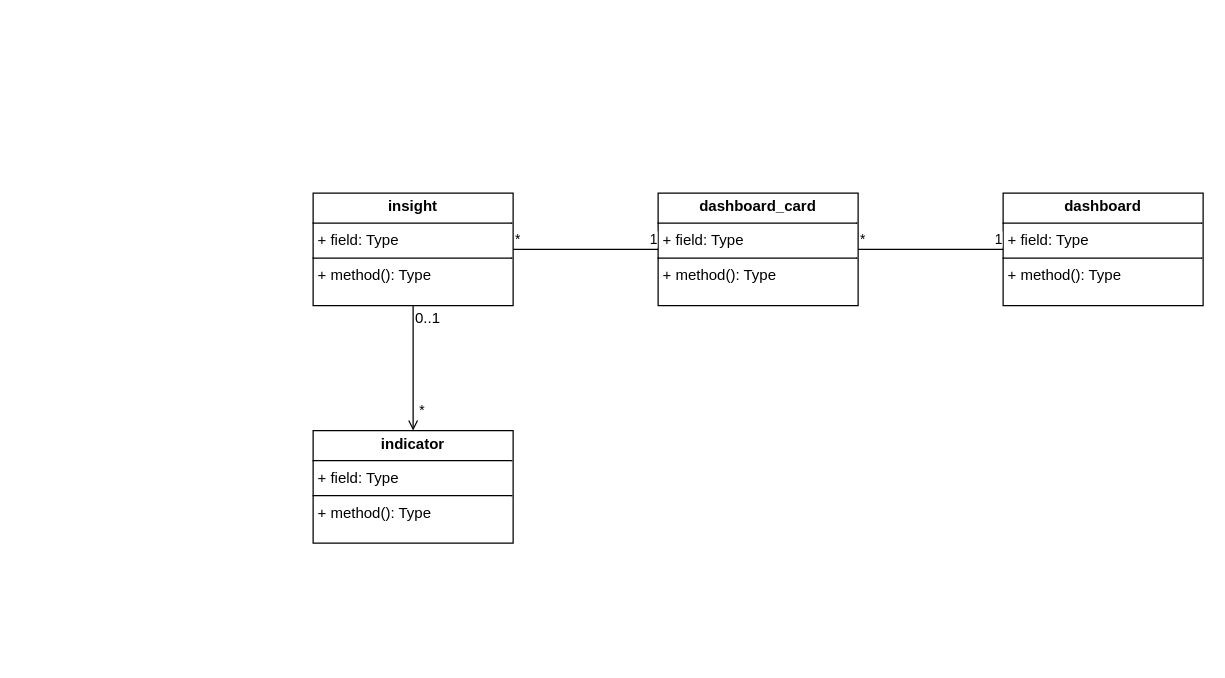
Above: 效能度量类图.drawio in qf2020/drawio (draw.io), before the change. Source tidied: cells renumbered, new cells numbered last; positions are measured from the earlier drawing's top-left corner, leaving out a move shared by most shapes. Both pictures are drawn from the tidied source at 125%, with x=0, y=0 at pixel (312, 192).
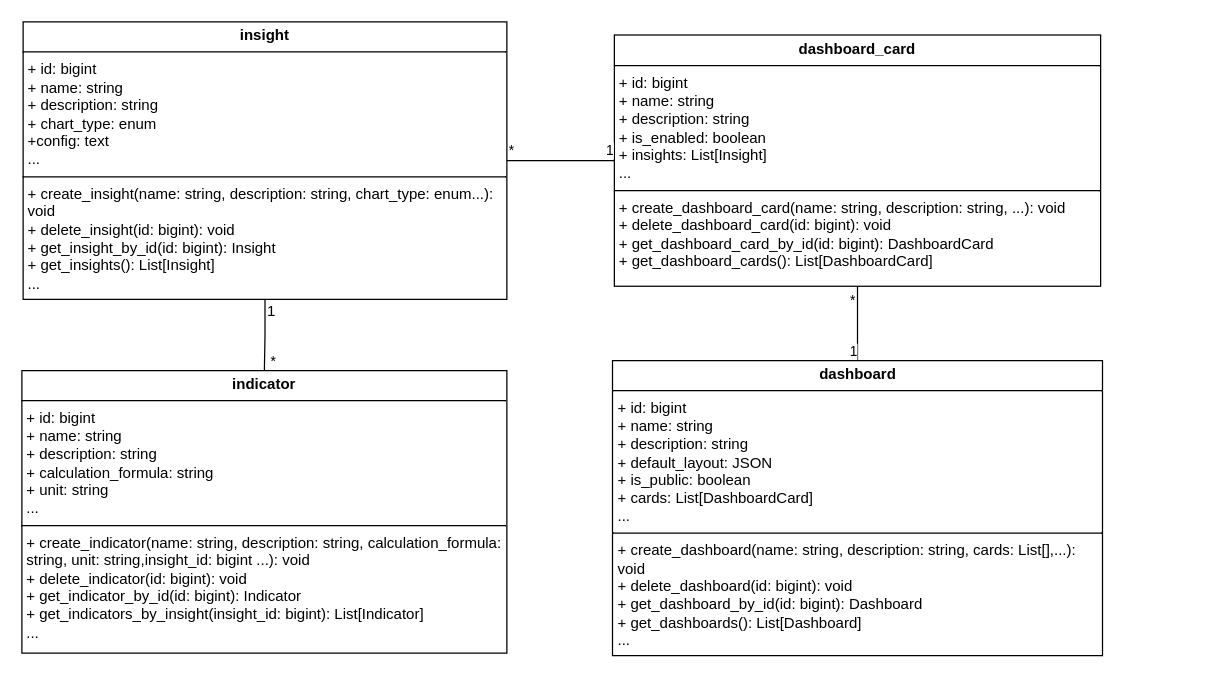
The same page after the edit.

Commit message:
更新效能度量类图.drawio

Change to the diagram source:
```diff
@@
 <mxGraphModel>
   <root>
     <mxCell id="0" />
     <mxCell id="1" parent="0" />
-    <mxCell id="2" value="&lt;p style=&quot;margin:0px;margin-top:4px;text-align:center;&quot;&gt;&lt;b&gt;indicator&lt;/b&gt;&lt;/p&gt;&lt;hr size=&quot;1&quot; style=&quot;border-style:solid;&quot;&gt;&lt;p style=&quot;margin:0px;margin-left:4px;&quot;&gt;+ field: Type&lt;/p&gt;&lt;hr size=&quot;1&quot; style=&quot;border-style:solid;&quot;&gt;&lt;p style=&quot;margin:0px;margin-left:4px;&quot;&gt;+ method(): Type&lt;/p&gt;" style="verticalAlign=top;align=left;overflow=fill;html=1;whiteSpace=wrap;" parent="1" vertex="1">
-      <mxGeometry y="190" width="160" height="90" as="geometry" />
+    <mxCell id="2" value="&lt;p style=&quot;margin:0px;margin-top:4px;text-align:center;&quot;&gt;&lt;b&gt;indicator&lt;/b&gt;&lt;/p&gt;&lt;hr size=&quot;1&quot; style=&quot;border-style:solid;&quot;&gt;&lt;p style=&quot;margin:0px;margin-left:4px;&quot;&gt;&lt;span style=&quot;background-color: transparent; color: light-dark(rgb(0, 0, 0), rgb(255, 255, 255));&quot;&gt;+ id: bigint&lt;/span&gt;&lt;/p&gt;&lt;p style=&quot;margin:0px;margin-left:4px;&quot;&gt;+ name: string&lt;/p&gt;&lt;p style=&quot;margin:0px;margin-left:4px;&quot;&gt;+ description: string&lt;/p&gt;&lt;p style=&quot;margin:0px;margin-left:4px;&quot;&gt;+ calculation_formula: string&lt;/p&gt;&lt;p style=&quot;margin:0px;margin-left:4px;&quot;&gt;+ unit: string&lt;br&gt;&lt;/p&gt;&lt;p style=&quot;margin:0px;margin-left:4px;&quot;&gt;...&lt;/p&gt;&lt;hr size=&quot;1&quot; style=&quot;border-style:solid;&quot;&gt;&lt;p style=&quot;margin:0px;margin-left:4px;&quot;&gt;&lt;span style=&quot;background-color: transparent; color: light-dark(rgb(0, 0, 0), rgb(255, 255, 255));&quot;&gt;+ create_indicator(name: string, description: string, calculation_formula: string, unit: string,insight_id: bigint ...): void&lt;/span&gt;&lt;/p&gt;&lt;p style=&quot;margin:0px;margin-left:4px;&quot;&gt;&lt;span style=&quot;background-color: transparent; color: light-dark(rgb(0, 0, 0), rgb(255, 255, 255));&quot;&gt;+ delete_indicator(id: bigint): void&lt;/span&gt;&lt;/p&gt;&lt;p style=&quot;margin:0px;margin-left:4px;&quot;&gt;+ get_indicator_by_id(id: bigint): Indicator&lt;/p&gt;&lt;p style=&quot;margin:0px;margin-left:4px;&quot;&gt;+ get_indicators_by_insight(insight_id: bigint): List[Indicator]&lt;/p&gt;&lt;p style=&quot;margin:0px;margin-left:4px;&quot;&gt;...&lt;/p&gt;" style="verticalAlign=top;align=left;overflow=fill;html=1;whiteSpace=wrap;" parent="1" vertex="1">
+      <mxGeometry x="-233" y="142" width="388" height="226" as="geometry" />
     </mxCell>
-    <mxCell id="3" value="&lt;p style=&quot;margin:0px;margin-top:4px;text-align:center;&quot;&gt;&lt;b&gt;insight&lt;/b&gt;&lt;/p&gt;&lt;hr size=&quot;1&quot; style=&quot;border-style:solid;&quot;&gt;&lt;p style=&quot;margin:0px;margin-left:4px;&quot;&gt;+ field: Type&lt;/p&gt;&lt;hr size=&quot;1&quot; style=&quot;border-style:solid;&quot;&gt;&lt;p style=&quot;margin:0px;margin-left:4px;&quot;&gt;+ method(): Type&lt;/p&gt;" style="verticalAlign=top;align=left;overflow=fill;html=1;whiteSpace=wrap;" parent="1" vertex="1">
-      <mxGeometry width="160" height="90" as="geometry" />
+    <mxCell id="3" value="&lt;p style=&quot;margin:0px;margin-top:4px;text-align:center;&quot;&gt;&lt;b&gt;insight&lt;/b&gt;&lt;/p&gt;&lt;hr size=&quot;1&quot; style=&quot;border-style:solid;&quot;&gt;&lt;p style=&quot;margin:0px;margin-left:4px;&quot;&gt;&lt;span style=&quot;background-color: transparent; color: light-dark(rgb(0, 0, 0), rgb(255, 255, 255));&quot;&gt;+ id: bigint&lt;/span&gt;&lt;/p&gt;&lt;p style=&quot;margin:0px;margin-left:4px;&quot;&gt;+ name: string&lt;/p&gt;&lt;p style=&quot;margin:0px;margin-left:4px;&quot;&gt;+ description: string&lt;/p&gt;&lt;p style=&quot;margin:0px;margin-left:4px;&quot;&gt;+ chart_type: enum&amp;nbsp;&lt;/p&gt;&lt;p style=&quot;margin:0px;margin-left:4px;&quot;&gt;+config: text&lt;/p&gt;&lt;p style=&quot;margin:0px;margin-left:4px;&quot;&gt;...&lt;/p&gt;&lt;hr size=&quot;1&quot; style=&quot;border-style:solid;&quot;&gt;&lt;p style=&quot;margin:0px;margin-left:4px;&quot;&gt;&lt;span style=&quot;background-color: transparent; color: light-dark(rgb(0, 0, 0), rgb(255, 255, 255));&quot;&gt;+ create_insight(name: string, description: string, chart_type: enum...): void&lt;/span&gt;&lt;/p&gt;&lt;p style=&quot;margin:0px;margin-left:4px;&quot;&gt;&lt;span style=&quot;background-color: transparent; color: light-dark(rgb(0, 0, 0), rgb(255, 255, 255));&quot;&gt;+ delete_insight(id: bigint): void&lt;/span&gt;&lt;/p&gt;&lt;p style=&quot;margin:0px;margin-left:4px;&quot;&gt;+ get_insight_by_id(id: bigint): Insight&lt;/p&gt;&lt;p style=&quot;margin:0px;margin-left:4px;&quot;&gt;+ get_insights(): List[Insight]&lt;/p&gt;&lt;p style=&quot;margin:0px;margin-left:4px;&quot;&gt;...&lt;/p&gt;" style="verticalAlign=top;align=left;overflow=fill;html=1;whiteSpace=wrap;" parent="1" vertex="1">
+      <mxGeometry x="-232" y="-137" width="387" height="222" as="geometry" />
     </mxCell>
-    <mxCell id="4" value="&lt;p style=&quot;margin:0px;margin-top:4px;text-align:center;&quot;&gt;&lt;b&gt;dashboard&lt;/b&gt;&lt;/p&gt;&lt;hr size=&quot;1&quot; style=&quot;border-style:solid;&quot;&gt;&lt;p style=&quot;margin:0px;margin-left:4px;&quot;&gt;+ field: Type&lt;/p&gt;&lt;hr size=&quot;1&quot; style=&quot;border-style:solid;&quot;&gt;&lt;p style=&quot;margin:0px;margin-left:4px;&quot;&gt;+ method(): Type&lt;/p&gt;" style="verticalAlign=top;align=left;overflow=fill;html=1;whiteSpace=wrap;" parent="1" vertex="1">
-      <mxGeometry x="552" width="160" height="90" as="geometry" />
+    <mxCell id="4" value="&lt;p style=&quot;margin:0px;margin-top:4px;text-align:center;&quot;&gt;&lt;b&gt;dashboard&lt;/b&gt;&lt;/p&gt;&lt;hr size=&quot;1&quot; style=&quot;border-style:solid;&quot;&gt;&lt;p style=&quot;margin:0px;margin-left:4px;&quot;&gt;&lt;span style=&quot;background-color: transparent; color: light-dark(rgb(0, 0, 0), rgb(255, 255, 255));&quot;&gt;+ id: bigint&lt;/span&gt;&lt;/p&gt;&lt;p style=&quot;margin:0px;margin-left:4px;&quot;&gt;+ name: string&lt;/p&gt;&lt;p style=&quot;margin:0px;margin-left:4px;&quot;&gt;+ description: string&lt;/p&gt;&lt;p style=&quot;margin:0px;margin-left:4px;&quot;&gt;+ default_layout: JSON&lt;/p&gt;&lt;p style=&quot;margin:0px;margin-left:4px;&quot;&gt;+ is_public: boolean&lt;/p&gt;&lt;p style=&quot;margin:0px;margin-left:4px;&quot;&gt;+ cards: List[DashboardCard]&lt;/p&gt;&lt;p style=&quot;margin:0px;margin-left:4px;&quot;&gt;...&lt;/p&gt;&lt;hr size=&quot;1&quot; style=&quot;border-style:solid;&quot;&gt;&lt;p style=&quot;margin:0px;margin-left:4px;&quot;&gt;&lt;span style=&quot;background-color: transparent; color: light-dark(rgb(0, 0, 0), rgb(255, 255, 255));&quot;&gt;+ create_dashboard(name: string, description: string, cards: List[],...): void&lt;/span&gt;&lt;/p&gt;&lt;p style=&quot;margin:0px;margin-left:4px;&quot;&gt;&lt;span style=&quot;background-color: transparent; color: light-dark(rgb(0, 0, 0), rgb(255, 255, 255));&quot;&gt;+ delete_dashboard(id: bigint): void&lt;/span&gt;&lt;/p&gt;&lt;p style=&quot;margin:0px;margin-left:4px;&quot;&gt;+ get_dashboard_by_id(id: bigint): Dashboard&lt;/p&gt;&lt;p style=&quot;margin:0px;margin-left:4px;&quot;&gt;+ get_dashboards(): List[Dashboard]&lt;/p&gt;&lt;p style=&quot;margin:0px;margin-left:4px;&quot;&gt;...&lt;/p&gt;" style="verticalAlign=top;align=left;overflow=fill;html=1;whiteSpace=wrap;" parent="1" vertex="1">
+      <mxGeometry x="239.5" y="134" width="392" height="236" as="geometry" />
     </mxCell>
-    <mxCell id="5" style="endArrow=open;shadow=0;strokeWidth=1;rounded=0;curved=0;endFill=1;edgeStyle=elbowEdgeStyle;elbow=vertical;entryX=0.5;entryY=0;entryDx=0;entryDy=0;exitX=0.5;exitY=1;exitDx=0;exitDy=0;" parent="1" edge="1" source="3" target="2">
+    <mxCell id="5" style="endArrow=none;shadow=0;strokeWidth=1;rounded=0;curved=0;endFill=1;edgeStyle=elbowEdgeStyle;elbow=vertical;entryX=0.5;entryY=0;entryDx=0;entryDy=0;exitX=0.5;exitY=1;exitDx=0;exitDy=0;startFill=0;" parent="1" edge="1" source="3" target="2">
       <mxGeometry x="0.5" y="41" relative="1" as="geometry">
         <mxPoint x="-40" y="32" as="offset" />
       </mxGeometry>
     </mxCell>
-    <mxCell id="6" value="0..1" style="align=left;verticalAlign=bottom;labelBackgroundColor=none;fontSize=12;" parent="5" vertex="1">
+    <mxCell id="6" value="1" style="align=left;verticalAlign=bottom;labelBackgroundColor=none;fontSize=12;" parent="5" vertex="1">
       <mxGeometry x="-1" relative="1" as="geometry">
         <mxPoint y="18" as="offset" />
       </mxGeometry>
     </mxCell>
     <mxCell id="7" value="*" style="edgeLabel;html=1;align=center;verticalAlign=middle;" parent="5" vertex="1">
       <mxGeometry x="0.57" y="-3" relative="1" as="geometry">
         <mxPoint x="9" y="5" as="offset" />
       </mxGeometry>
     </mxCell>
-    <mxCell id="8" value="&lt;p style=&quot;margin:0px;margin-top:4px;text-align:center;&quot;&gt;&lt;b&gt;dashboard_card&lt;/b&gt;&lt;/p&gt;&lt;hr size=&quot;1&quot; style=&quot;border-style:solid;&quot;&gt;&lt;p style=&quot;margin:0px;margin-left:4px;&quot;&gt;+ field: Type&lt;/p&gt;&lt;hr size=&quot;1&quot; style=&quot;border-style:solid;&quot;&gt;&lt;p style=&quot;margin:0px;margin-left:4px;&quot;&gt;+ method(): Type&lt;/p&gt;" style="verticalAlign=top;align=left;overflow=fill;html=1;whiteSpace=wrap;" parent="1" vertex="1">
-      <mxGeometry x="276" width="160" height="90" as="geometry" />
+    <mxCell id="8" value="&lt;p style=&quot;margin:0px;margin-top:4px;text-align:center;&quot;&gt;&lt;b&gt;dashboard_card&lt;/b&gt;&lt;/p&gt;&lt;hr size=&quot;1&quot; style=&quot;border-style:solid;&quot;&gt;&lt;p style=&quot;margin:0px;margin-left:4px;&quot;&gt;&lt;span style=&quot;background-color: transparent; color: light-dark(rgb(0, 0, 0), rgb(255, 255, 255));&quot;&gt;+ id: bigint&lt;/span&gt;&lt;/p&gt;&lt;p style=&quot;margin:0px;margin-left:4px;&quot;&gt;+ name: string&lt;/p&gt;&lt;p style=&quot;margin:0px;margin-left:4px;&quot;&gt;+ description: string&lt;/p&gt;&lt;p style=&quot;margin:0px;margin-left:4px;&quot;&gt;+ is_enabled: boolean&lt;/p&gt;&lt;p style=&quot;margin:0px;margin-left:4px;&quot;&gt;+ insights: List[Insight]&lt;/p&gt;&lt;p style=&quot;margin:0px;margin-left:4px;&quot;&gt;...&lt;/p&gt;&lt;hr size=&quot;1&quot; style=&quot;border-style:solid;&quot;&gt;&lt;p style=&quot;margin:0px;margin-left:4px;&quot;&gt;&lt;span style=&quot;background-color: transparent; color: light-dark(rgb(0, 0, 0), rgb(255, 255, 255));&quot;&gt;+ create_dashboard_card(name: string, description: string, ...): void&lt;/span&gt;&lt;/p&gt;&lt;p style=&quot;margin:0px;margin-left:4px;&quot;&gt;&lt;span style=&quot;background-color: transparent; color: light-dark(rgb(0, 0, 0), rgb(255, 255, 255));&quot;&gt;+ delete_dashboard_card(id: bigint): void&lt;/span&gt;&lt;/p&gt;&lt;p style=&quot;margin:0px;margin-left:4px;&quot;&gt;+ get_dashboard_card_by_id(id: bigint): DashboardCard&lt;/p&gt;&lt;p style=&quot;margin:0px;margin-left:4px;&quot;&gt;+ get_dashboard_cards(): List[DashboardCard]&lt;/p&gt;" style="verticalAlign=top;align=left;overflow=fill;html=1;whiteSpace=wrap;" parent="1" vertex="1">
+      <mxGeometry x="241" y="-126.5" width="389" height="201" as="geometry" />
     </mxCell>
     <mxCell id="9" style="endArrow=none;html=1;edgeStyle=orthogonalEdgeStyle;rounded=0;exitX=1;exitY=0.5;exitDx=0;exitDy=0;entryX=0;entryY=0.5;entryDx=0;entryDy=0;" parent="1" edge="1" source="3" target="8">
       <mxGeometry relative="1" as="geometry" />
     </mxCell>
     <mxCell id="10" value="*" style="edgeLabel;html=1;align=left;verticalAlign=bottom;" parent="9" vertex="1">
       <mxGeometry x="-1" relative="1" as="geometry" />
     </mxCell>
     <mxCell id="11" value="1" style="edgeLabel;html=1;align=right;verticalAlign=bottom;" parent="9" vertex="1">
       <mxGeometry x="1" relative="1" as="geometry" />
     </mxCell>
-    <mxCell id="12" style="endArrow=none;html=1;edgeStyle=orthogonalEdgeStyle;rounded=0;exitX=1;exitY=0.5;exitDx=0;exitDy=0;entryX=0;entryY=0.5;entryDx=0;entryDy=0;" parent="1" edge="1" source="8" target="4">
+    <mxCell id="12" style="endArrow=none;html=1;edgeStyle=orthogonalEdgeStyle;rounded=0;exitX=0.5;exitY=1;exitDx=0;exitDy=0;entryX=0.5;entryY=0;entryDx=0;entryDy=0;" parent="1" edge="1" source="8" target="4">
       <mxGeometry relative="1" as="geometry" />
     </mxCell>
     <mxCell id="13" value="*" style="edgeLabel;html=1;align=left;verticalAlign=bottom;" parent="12" vertex="1">
-      <mxGeometry x="-1" relative="1" as="geometry" />
+      <mxGeometry x="-1" relative="1" as="geometry">
+        <mxPoint x="-8" y="19" as="offset" />
+      </mxGeometry>
     </mxCell>
     <mxCell id="14" value="1" style="edgeLabel;html=1;align=right;verticalAlign=bottom;" parent="12" vertex="1">
       <mxGeometry x="1" relative="1" as="geometry" />
     </mxCell>
   </root>
 </mxGraphModel>
```
